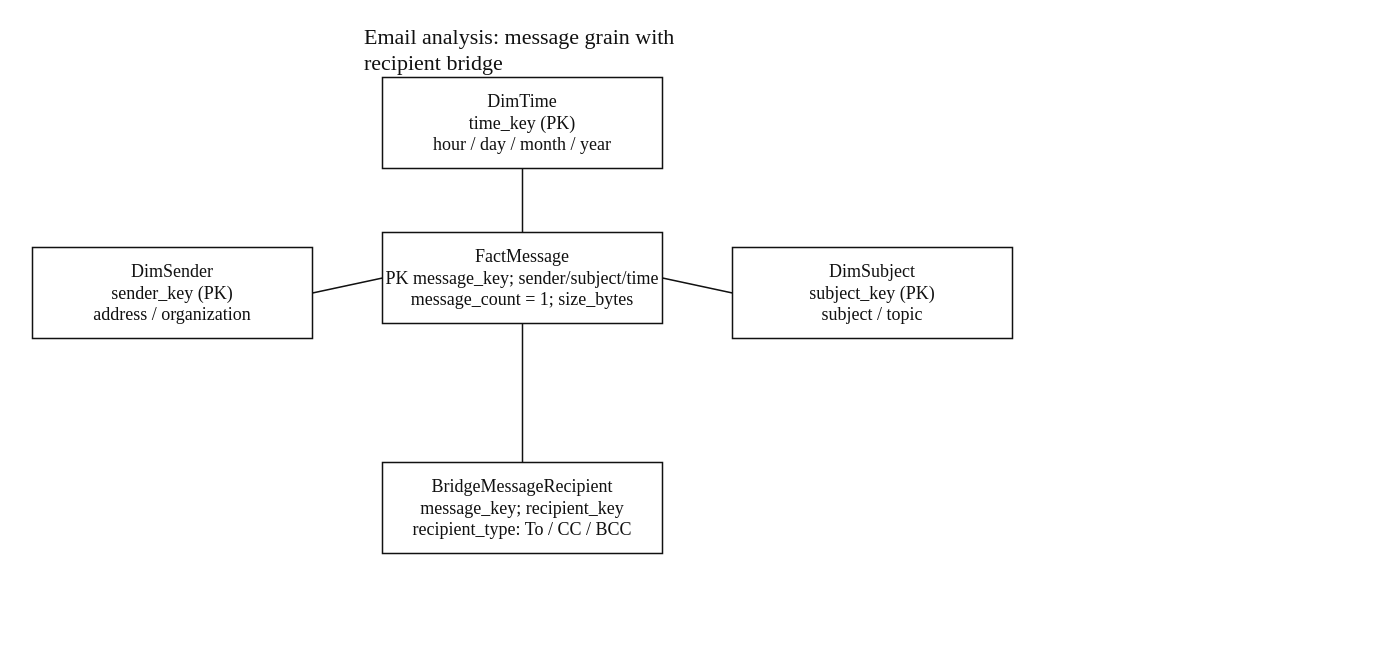
The draw.io diagram sources/diagrams/detail-email-schema.drawio in ChenZHIHAO-dev/UCAS-DATA-MINING2026-PRACTICE, before the edit. Source tidied: cells renumbered, new cells numbered last; positions are measured from the earlier drawing's top-left corner, leaving out a move shared by most shapes. Both pictures are drawn from the tidied source at 100%, with x=0, y=0 at pixel (32, 17).
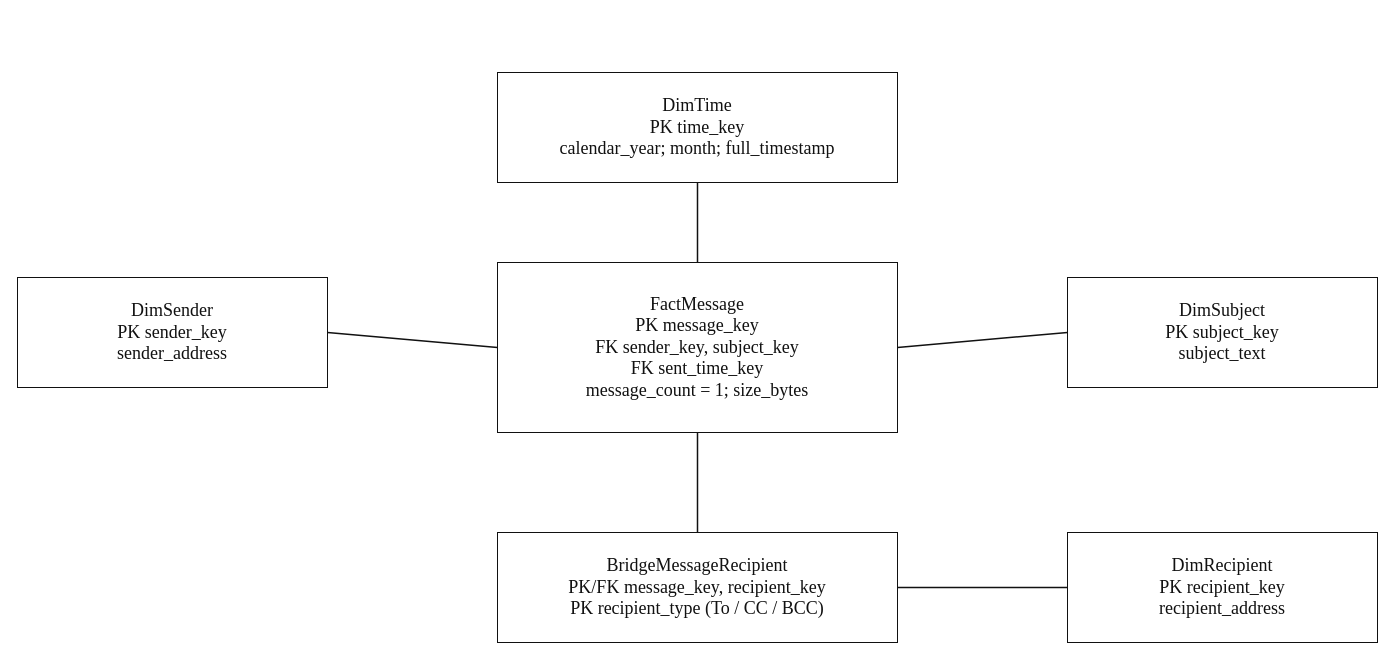
The same diagram, later.

What changed in the source:
```diff
@@
 <mxGraphModel>
   <root>
     <mxCell id="0" />
     <mxCell id="1" parent="0" />
-    <mxCell id="2" value="Email analysis: message grain with recipient bridge" style="text;html=1;whiteSpace=wrap;fontFamily=Times New Roman;fontSize=22;fontColor=#111111;strokeColor=none;fillColor=none;" parent="1" vertex="1">
-      <mxGeometry x="330" width="320" height="32" as="geometry" />
+    <mxCell id="2" value="DimTime&lt;br&gt;PK time_key&lt;br&gt;calendar_year; month; full_timestamp" style="rounded=0;html=1;whiteSpace=wrap;fontFamily=Times New Roman;fontSize=18;strokeColor=#111111;fillColor=#ffffff;fontColor=#111111;" parent="1" vertex="1">
+      <mxGeometry x="465" y="55" width="400" height="110" as="geometry" />
     </mxCell>
-    <mxCell id="3" value="FactMessage&lt;br&gt;PK message_key; sender/subject/time&lt;br&gt;message_count = 1; size_bytes" style="whiteSpace=wrap;html=1;fontFamily=Times New Roman;fontSize=18;fontColor=#111111;strokeColor=#111111;strokeWidth=1.5;fillColor=#ffffff;rounded=0;" parent="1" vertex="1">
-      <mxGeometry x="350" y="215" width="280" height="91" as="geometry" />
+    <mxCell id="3" value="DimSender&lt;br&gt;PK sender_key&lt;br&gt;sender_address" style="rounded=0;html=1;whiteSpace=wrap;fontFamily=Times New Roman;fontSize=18;strokeColor=#111111;fillColor=#ffffff;fontColor=#111111;" parent="1" vertex="1">
+      <mxGeometry x="-15" y="260" width="310" height="110" as="geometry" />
     </mxCell>
-    <mxCell id="4" value="DimTime&lt;br&gt;time_key (PK)&lt;br&gt;hour / day / month / year" style="whiteSpace=wrap;html=1;fontFamily=Times New Roman;fontSize=18;fontColor=#111111;strokeColor=#111111;strokeWidth=1.5;fillColor=#ffffff;rounded=0;" parent="1" vertex="1">
-      <mxGeometry x="350" y="60" width="280" height="91" as="geometry" />
+    <mxCell id="4" value="DimSubject&lt;br&gt;PK subject_key&lt;br&gt;subject_text" style="rounded=0;html=1;whiteSpace=wrap;fontFamily=Times New Roman;fontSize=18;strokeColor=#111111;fillColor=#ffffff;fontColor=#111111;" parent="1" vertex="1">
+      <mxGeometry x="1035" y="260" width="310" height="110" as="geometry" />
     </mxCell>
-    <mxCell id="5" style="endArrow=none;startArrow=none;strokeColor=#111111;strokeWidth=1.5;" parent="1" edge="1">
-      <mxGeometry relative="1" as="geometry">
-        <mxPoint x="490" y="151" as="sourcePoint" />
-        <mxPoint x="490" y="215" as="targetPoint" />
-      </mxGeometry>
+    <mxCell id="5" value="FactMessage&lt;br&gt;PK message_key&lt;br&gt;FK sender_key, subject_key&lt;br&gt;FK sent_time_key&lt;br&gt;message_count = 1; size_bytes" style="rounded=0;html=1;whiteSpace=wrap;fontFamily=Times New Roman;fontSize=18;strokeColor=#111111;fillColor=#ffffff;fontColor=#111111;" parent="1" vertex="1">
+      <mxGeometry x="465" y="245" width="400" height="170" as="geometry" />
     </mxCell>
-    <mxCell id="6" value="DimSender&lt;br&gt;sender_key (PK)&lt;br&gt;address / organization" style="whiteSpace=wrap;html=1;fontFamily=Times New Roman;fontSize=18;fontColor=#111111;strokeColor=#111111;strokeWidth=1.5;fillColor=#ffffff;rounded=0;" parent="1" vertex="1">
-      <mxGeometry y="230" width="280" height="91" as="geometry" />
+    <mxCell id="6" value="BridgeMessageRecipient&lt;br&gt;PK/FK message_key, recipient_key&lt;br&gt;PK recipient_type (To / CC / BCC)" style="rounded=0;html=1;whiteSpace=wrap;fontFamily=Times New Roman;fontSize=18;strokeColor=#111111;fillColor=#ffffff;fontColor=#111111;" parent="1" vertex="1">
+      <mxGeometry x="465" y="515" width="400" height="110" as="geometry" />
     </mxCell>
-    <mxCell id="7" style="endArrow=none;startArrow=none;strokeColor=#111111;strokeWidth=1.5;" parent="1" edge="1">
-      <mxGeometry relative="1" as="geometry">
-        <mxPoint x="280" y="275.5" as="sourcePoint" />
-        <mxPoint x="350" y="260.5" as="targetPoint" />
-      </mxGeometry>
+    <mxCell id="7" value="DimRecipient&lt;br&gt;PK recipient_key&lt;br&gt;recipient_address" style="rounded=0;html=1;whiteSpace=wrap;fontFamily=Times New Roman;fontSize=18;strokeColor=#111111;fillColor=#ffffff;fontColor=#111111;" parent="1" vertex="1">
+      <mxGeometry x="1035" y="515" width="310" height="110" as="geometry" />
     </mxCell>
-    <mxCell id="8" value="DimSubject&lt;br&gt;subject_key (PK)&lt;br&gt;subject / topic" style="whiteSpace=wrap;html=1;fontFamily=Times New Roman;fontSize=18;fontColor=#111111;strokeColor=#111111;strokeWidth=1.5;fillColor=#ffffff;rounded=0;" parent="1" vertex="1">
-      <mxGeometry x="700" y="230" width="280" height="91" as="geometry" />
+    <mxCell id="8" style="endArrow=none;startArrow=none;strokeColor=#111111;strokeWidth=1.5;" parent="1" edge="1">
+      <mxGeometry relative="1" as="geometry">
+        <mxPoint x="665" y="165" as="sourcePoint" />
+        <mxPoint x="665" y="245" as="targetPoint" />
+      </mxGeometry>
     </mxCell>
     <mxCell id="9" style="endArrow=none;startArrow=none;strokeColor=#111111;strokeWidth=1.5;" parent="1" edge="1">
       <mxGeometry relative="1" as="geometry">
-        <mxPoint x="630" y="260.5" as="sourcePoint" />
-        <mxPoint x="700" y="275.5" as="targetPoint" />
+        <mxPoint x="295" y="315" as="sourcePoint" />
+        <mxPoint x="465" y="330" as="targetPoint" />
       </mxGeometry>
     </mxCell>
-    <mxCell id="10" value="BridgeMessageRecipient&lt;br&gt;message_key; recipient_key&lt;br&gt;recipient_type: To / CC / BCC" style="whiteSpace=wrap;html=1;fontFamily=Times New Roman;fontSize=18;fontColor=#111111;strokeColor=#111111;strokeWidth=1.5;fillColor=#ffffff;rounded=0;" parent="1" vertex="1">
-      <mxGeometry x="350" y="445" width="280" height="91" as="geometry" />
+    <mxCell id="10" style="endArrow=none;startArrow=none;strokeColor=#111111;strokeWidth=1.5;" parent="1" edge="1">
+      <mxGeometry relative="1" as="geometry">
+        <mxPoint x="865" y="330" as="sourcePoint" />
+        <mxPoint x="1035" y="315" as="targetPoint" />
+      </mxGeometry>
     </mxCell>
     <mxCell id="11" style="endArrow=none;startArrow=none;strokeColor=#111111;strokeWidth=1.5;" parent="1" edge="1">
       <mxGeometry relative="1" as="geometry">
-        <mxPoint x="490" y="306" as="sourcePoint" />
-        <mxPoint x="490" y="445" as="targetPoint" />
+        <mxPoint x="665" y="415" as="sourcePoint" />
+        <mxPoint x="665" y="515" as="targetPoint" />
       </mxGeometry>
     </mxCell>
+    <mxCell id="12" style="endArrow=none;startArrow=none;strokeColor=#111111;strokeWidth=1.5;" parent="1" edge="1">
+      <mxGeometry relative="1" as="geometry">
+        <mxPoint x="865" y="570" as="sourcePoint" />
+        <mxPoint x="1035" y="570" as="targetPoint" />
+      </mxGeometry>
+    </mxCell>
   </root>
 </mxGraphModel>
```
